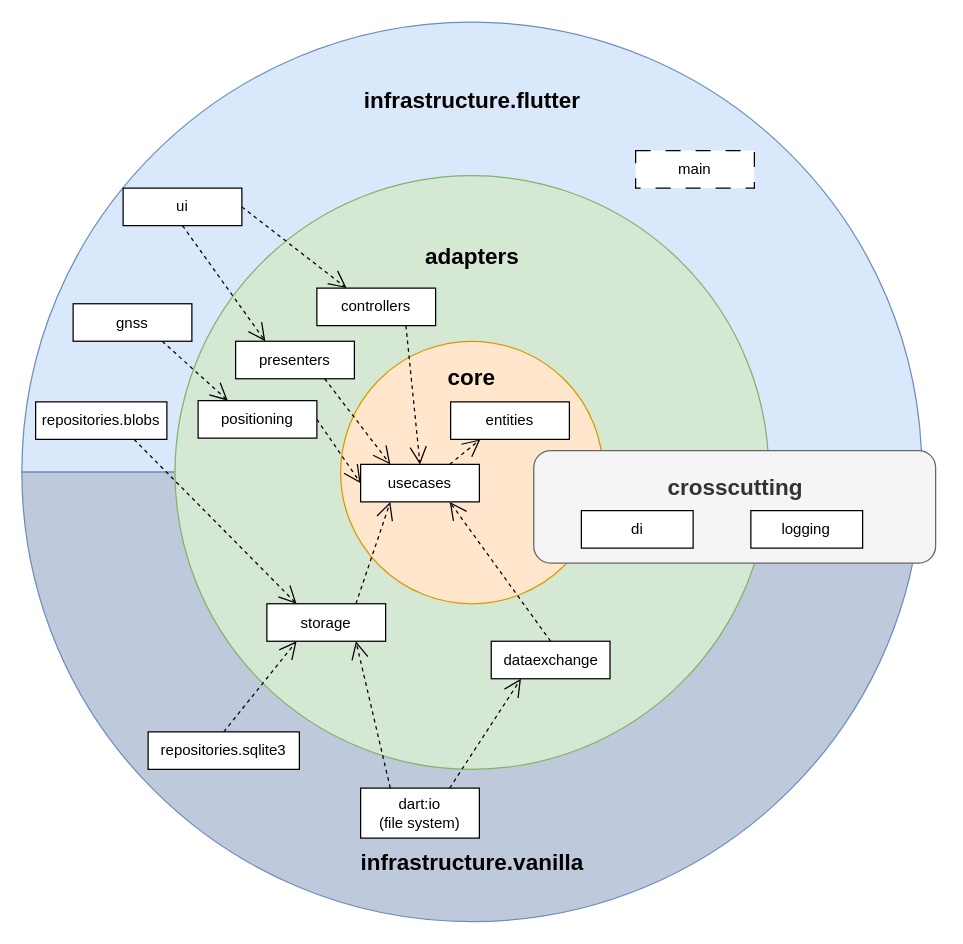
This is doc/architecture/sysarc-overview.drawio from aardjon/trad, a draw.io file, before an edit. Source tidied: cells renumbered, new cells numbered last; positions are measured from the earlier drawing's top-left corner, leaving out a move shared by most shapes. Both pictures are drawn from the tidied source at 125%, with x=0, y=0 at pixel (21, 21).
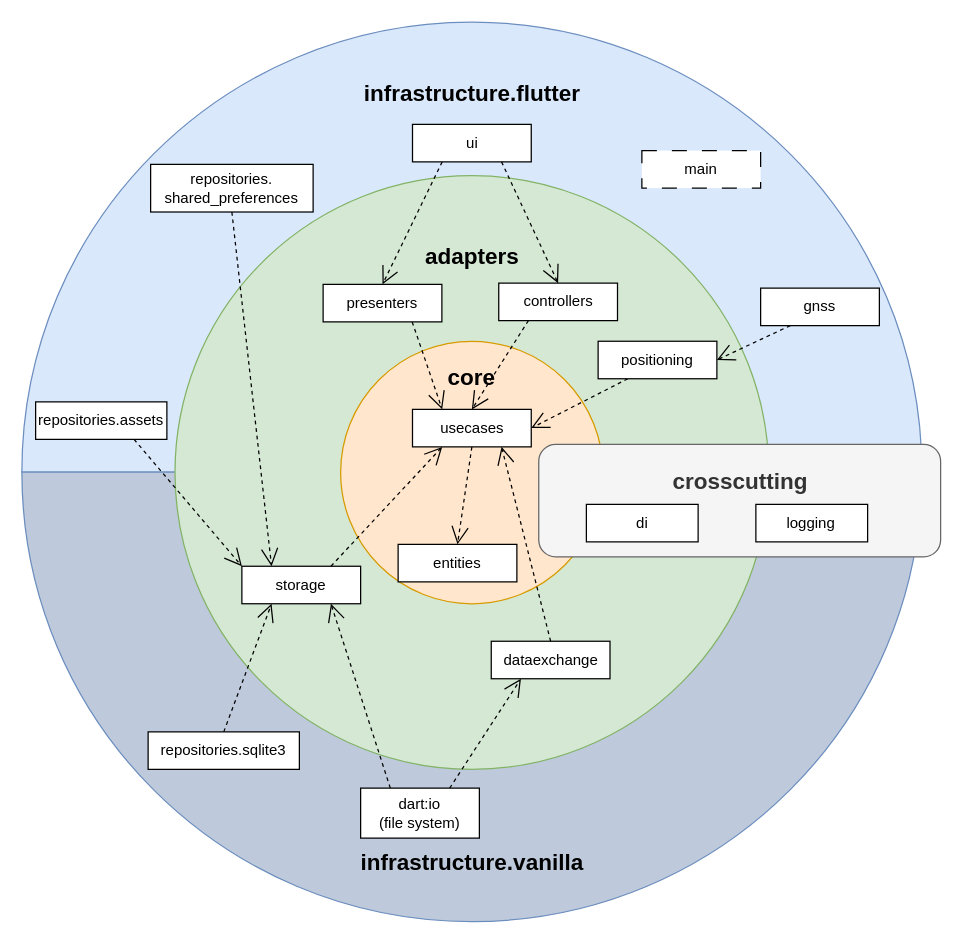
The same diagram, later.

Commit message (it also covers changes not shown here):
docs: Add app preferences components to the architecture documentation

Change to the diagram source:
```diff
@@
-    <mxCell id="5" style="endArrow=open;endSize=12;dashed=1;html=1;rounded=0;exitX=0.5;exitY=1;exitDx=0;exitDy=0;entryX=0.25;entryY=0;entryDx=0;entryDy=0;" parent="1" edge="1" source="18" target="15">
+    <mxCell id="5" style="endArrow=open;endSize=12;dashed=1;html=1;rounded=0;exitX=0.25;exitY=1;exitDx=0;exitDy=0;entryX=0.5;entryY=0;entryDx=0;entryDy=0;" parent="1" edge="1" source="18" target="15">
       <mxGeometry relative="1" as="geometry" />
     </mxCell>
@@
-    <mxCell id="7" style="endArrow=open;endSize=12;dashed=1;html=1;rounded=0;exitX=0.75;exitY=1;exitDx=0;exitDy=0;entryX=0.25;entryY=0;entryDx=0;entryDy=0;" parent="1" edge="1" source="19" target="12">
+    <mxCell id="7" style="endArrow=open;endSize=12;dashed=1;html=1;rounded=0;exitX=0.25;exitY=1;exitDx=0;exitDy=0;entryX=1;entryY=0.5;entryDx=0;entryDy=0;" parent="1" edge="1" source="19" target="12">
       <mxGeometry relative="1" as="geometry" />
     </mxCell>
@@
-    <mxCell id="9" style="endArrow=open;endSize=12;dashed=1;html=1;rounded=0;exitX=0.75;exitY=0;exitDx=0;exitDy=0;entryX=0.25;entryY=1;entryDx=0;entryDy=0;" parent="1" edge="1" source="13" target="14">
+    <mxCell id="9" style="endArrow=open;endSize=12;dashed=1;html=1;rounded=0;exitX=0.5;exitY=1;exitDx=0;exitDy=0;entryX=0.5;entryY=0;entryDx=0;entryDy=0;" parent="1" edge="1" source="13" target="14">
       <mxGeometry relative="1" as="geometry" />
     </mxCell>
-    <mxCell id="10" style="endArrow=open;endSize=12;dashed=1;html=1;rounded=0;exitX=1;exitY=0.5;exitDx=0;exitDy=0;entryX=0;entryY=0.5;entryDx=0;entryDy=0;" parent="1" edge="1" source="12" target="13">
+    <mxCell id="10" style="endArrow=open;endSize=12;dashed=1;html=1;rounded=0;exitX=0.25;exitY=1;exitDx=0;exitDy=0;entryX=1;entryY=0.5;entryDx=0;entryDy=0;" parent="1" edge="1" source="12" target="13">
       <mxGeometry relative="1" as="geometry" />
     </mxCell>
@@
     <mxCell id="12" value="positioning" style="html=1;whiteSpace=wrap;" parent="1" vertex="1">
-      <mxGeometry x="141" y="303" width="95" height="30" as="geometry" />
+      <mxGeometry x="461" y="255.5" width="95" height="30" as="geometry" />
     </mxCell>
     <mxCell id="13" value="usecases" style="html=1;whiteSpace=wrap;" parent="1" vertex="1">
-      <mxGeometry x="271" y="354" width="95" height="30" as="geometry" />
+      <mxGeometry x="312.5" y="310" width="95" height="30" as="geometry" />
     </mxCell>
     <mxCell id="14" value="entities" style="html=1;whiteSpace=wrap;" parent="1" vertex="1">
-      <mxGeometry x="343" y="304" width="95" height="30" as="geometry" />
+      <mxGeometry x="301" y="418" width="95" height="30" as="geometry" />
     </mxCell>
     <mxCell id="15" value="presenters" style="html=1;whiteSpace=wrap;" parent="1" vertex="1">
-      <mxGeometry x="171" y="255.5" width="95" height="30" as="geometry" />
+      <mxGeometry x="241" y="210" width="95" height="30" as="geometry" />
     </mxCell>
     <mxCell id="16" value="storage" style="html=1;whiteSpace=wrap;" parent="1" vertex="1">
-      <mxGeometry x="196" y="465.5" width="95" height="30" as="geometry" />
+      <mxGeometry x="176" y="435.5" width="95" height="30" as="geometry" />
     </mxCell>
@@
     <mxCell id="18" value="ui" style="html=1;whiteSpace=wrap;" parent="1" vertex="1">
-      <mxGeometry x="81" y="133" width="95" height="30" as="geometry" />
+      <mxGeometry x="312.5" y="82" width="95" height="30" as="geometry" />
     </mxCell>
     <mxCell id="19" value="gnss" style="html=1;whiteSpace=wrap;" parent="1" vertex="1">
-      <mxGeometry x="41" y="225.5" width="95" height="30" as="geometry" />
+      <mxGeometry x="591" y="213" width="95" height="30" as="geometry" />
     </mxCell>
@@
     <mxCell id="23" value="main" style="html=1;whiteSpace=wrap;dashed=1;dashPattern=12 12;" parent="1" vertex="1">
-      <mxGeometry x="491" y="103" width="95" height="30" as="geometry" />
+      <mxGeometry x="496" y="103" width="95" height="30" as="geometry" />
     </mxCell>
@@
     <mxCell id="27" value="controllers" style="html=1;whiteSpace=wrap;" parent="1" vertex="1">
-      <mxGeometry x="236" y="213" width="95" height="30" as="geometry" />
+      <mxGeometry x="381.5" y="209" width="95" height="30" as="geometry" />
     </mxCell>
-    <mxCell id="28" style="endArrow=open;endSize=12;dashed=1;html=1;rounded=0;exitX=0.75;exitY=1;exitDx=0;exitDy=0;entryX=0.5;entryY=0;entryDx=0;entryDy=0;" parent="1" edge="1" source="27" target="13">
+    <mxCell id="28" style="endArrow=open;endSize=12;dashed=1;html=1;rounded=0;exitX=0.25;exitY=1;exitDx=0;exitDy=0;entryX=0.5;entryY=0;entryDx=0;entryDy=0;" parent="1" edge="1" source="27" target="13">
       <mxGeometry relative="1" as="geometry" />
     </mxCell>
-    <mxCell id="29" style="endArrow=open;endSize=12;dashed=1;html=1;rounded=0;exitX=1;exitY=0.5;exitDx=0;exitDy=0;entryX=0.25;entryY=0;entryDx=0;entryDy=0;" parent="1" edge="1" source="18" target="27">
+    <mxCell id="29" style="endArrow=open;endSize=12;dashed=1;html=1;rounded=0;exitX=0.75;exitY=1;exitDx=0;exitDy=0;entryX=0.5;entryY=0;entryDx=0;entryDy=0;" parent="1" edge="1" source="18" target="27">
       <mxGeometry relative="1" as="geometry" />
     </mxCell>
     <mxCell id="30" value="&lt;font style=&quot;font-size: 18px;&quot;&gt;&lt;b&gt;infrastructure.flutter&lt;/b&gt;&lt;/font&gt;" style="text;html=1;align=center;verticalAlign=middle;strokeColor=none;fillColor=none;" parent="1" vertex="1">
-      <mxGeometry x="260" y="43" width="200" height="40" as="geometry" />
+      <mxGeometry x="260" y="38" width="200" height="40" as="geometry" />
     </mxCell>
@@
     <mxCell id="32" style="group;" parent="1" vertex="1">
-      <mxGeometry x="409.5" y="343" width="321.5" height="90" as="geometry" />
+      <mxGeometry x="413.5" y="338" width="321.5" height="90" as="geometry" />
     </mxCell>
@@
-    <mxCell id="36" value="repositories.blobs" style="html=1;whiteSpace=wrap;" parent="1" vertex="1">
+    <mxCell id="36" value="repositories.assets" style="html=1;whiteSpace=wrap;" parent="1" vertex="1">
       <mxGeometry x="11" y="304" width="105" height="30" as="geometry" />
     </mxCell>
-    <mxCell id="37" style="endArrow=open;endSize=12;dashed=1;html=1;rounded=0;exitX=0.75;exitY=1;exitDx=0;exitDy=0;entryX=0.25;entryY=0;entryDx=0;entryDy=0;" parent="1" edge="1" source="36" target="16">
+    <mxCell id="37" style="endArrow=open;endSize=12;dashed=1;html=1;rounded=0;exitX=0.75;exitY=1;exitDx=0;exitDy=0;entryX=0;entryY=0;entryDx=0;entryDy=0;" parent="1" edge="1" source="36" target="16">
       <mxGeometry relative="1" as="geometry" />
     </mxCell>
+    <mxCell id="38" value="repositories.&lt;div&gt;shared_preferences&lt;/div&gt;" style="html=1;whiteSpace=wrap;" parent="1" vertex="1">
+      <mxGeometry x="103" y="114" width="130" height="38.1" as="geometry" />
+    </mxCell>
+    <mxCell id="39" style="endArrow=open;endSize=12;dashed=1;html=1;rounded=0;exitX=0.5;exitY=1;exitDx=0;exitDy=0;entryX=0.25;entryY=0;entryDx=0;entryDy=0;" parent="1" edge="1" source="38" target="16">
+      <mxGeometry relative="1" as="geometry" />
+    </mxCell>
```
